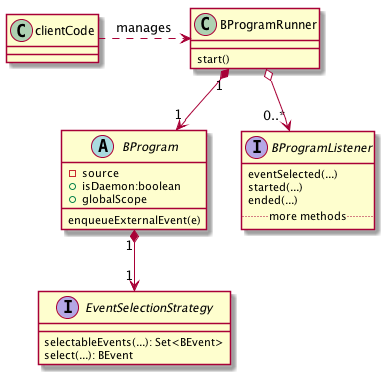
Before: docs/source/images/bprogram-running.png, a diagram exported from PlantUML (bThink-BGU/BPjs).
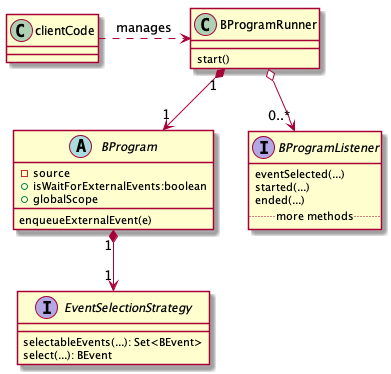
After the commit.

What changed in the source:
```diff
@@ -9,7 +9,7 @@
 
 abstract class BProgram {
     - source
-    + isDaemon:boolean
+    + isWaitForExternalEvents:boolean
     + globalScope
     enqueueExternalEvent(e)
 
```
